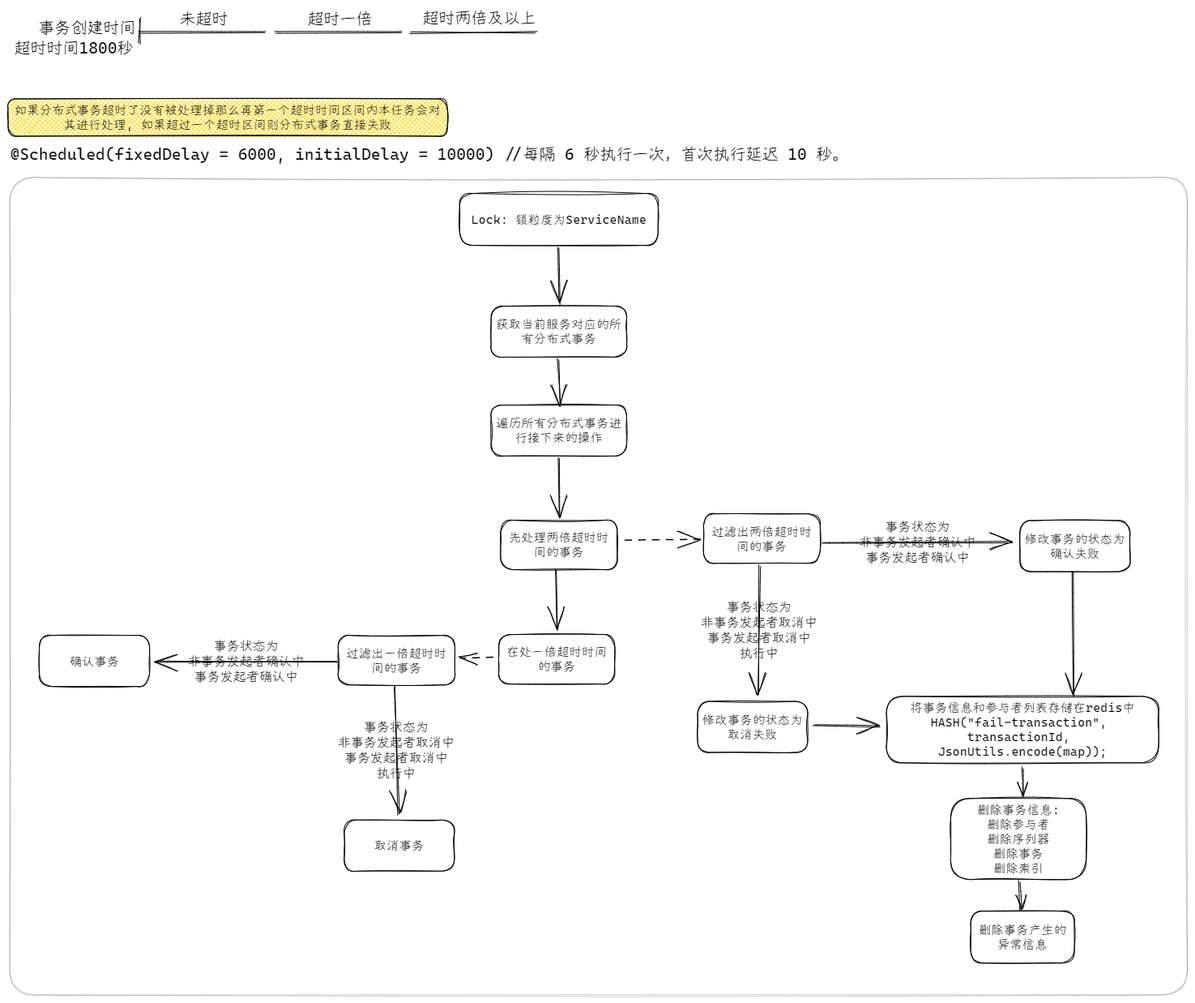
Above: starboss/分布式事务/4. 分布式事务超时处理任务.excalidraw.png in XujinCoding/Excalidraw (Excalidraw), before the change. Source tidied: one line per element, renumbered; positions are measured from the earlier drawing's top-left corner, leaving out a move shared by most shapes.
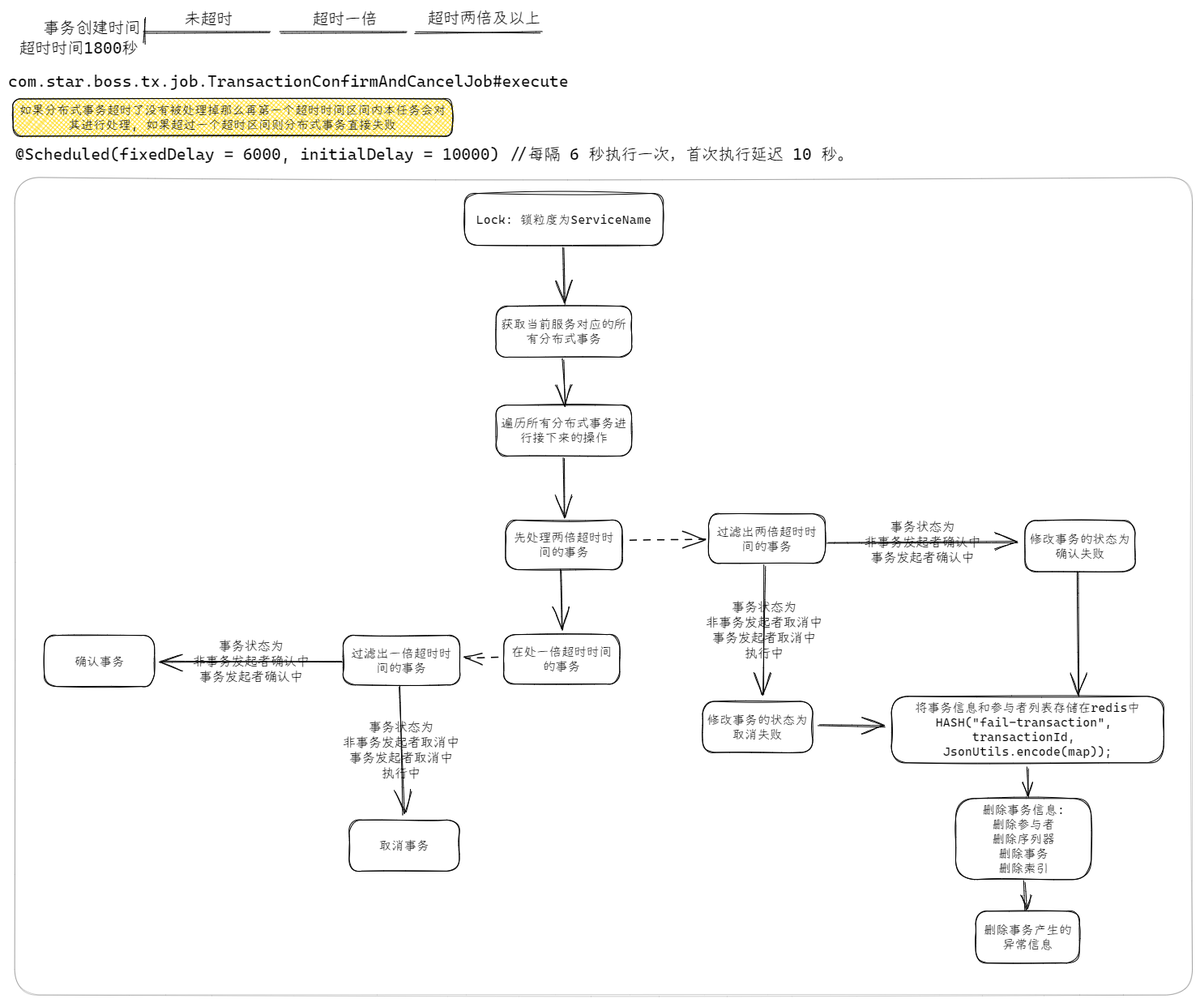
After the change.

Diff of the diagram source:
```diff
@@ -57,3 +57,4 @@
 {"id": 56, "type": "arrow", "strokeColor": "#000000", "strokeWidth": 1, "strokeStyle": "dashed", "roughness": 1, "endArrowhead": "arrow", "round": true, "from": 54, "to": 32, "x": 599, "y": 800, "width": 41, "height": 1, "points": [[0, 0], [-41, 1]]}
 {"id": 57, "type": "rectangle", "strokeColor": "#000000", "strokeWidth": 1, "roughness": 1, "round": true, "x": 39, "y": 774, "width": 136, "height": 63}
 {"id": 58, "type": "text", "text": "确认事务", "strokeColor": "#000000", "backgroundColor": "#228be6", "fillStyle": "hachure", "strokeWidth": 1, "roughness": 1, "fontSize": 15.5, "fontFamily": 3, "textAlign": "center", "verticalAlign": "middle", "inside": 57, "x": 76, "y": 796, "width": 62, "height": 18}
+{"id": 59, "type": "text", "text": "com.star.boss.tx.job.TransactionConfirmAndCancelJob#execute", "strokeColor": "#000000", "strokeWidth": 1, "roughness": 1, "fontSize": 20, "fontFamily": 3, "x": -6, "y": 78, "width": 691, "height": 24}
```
